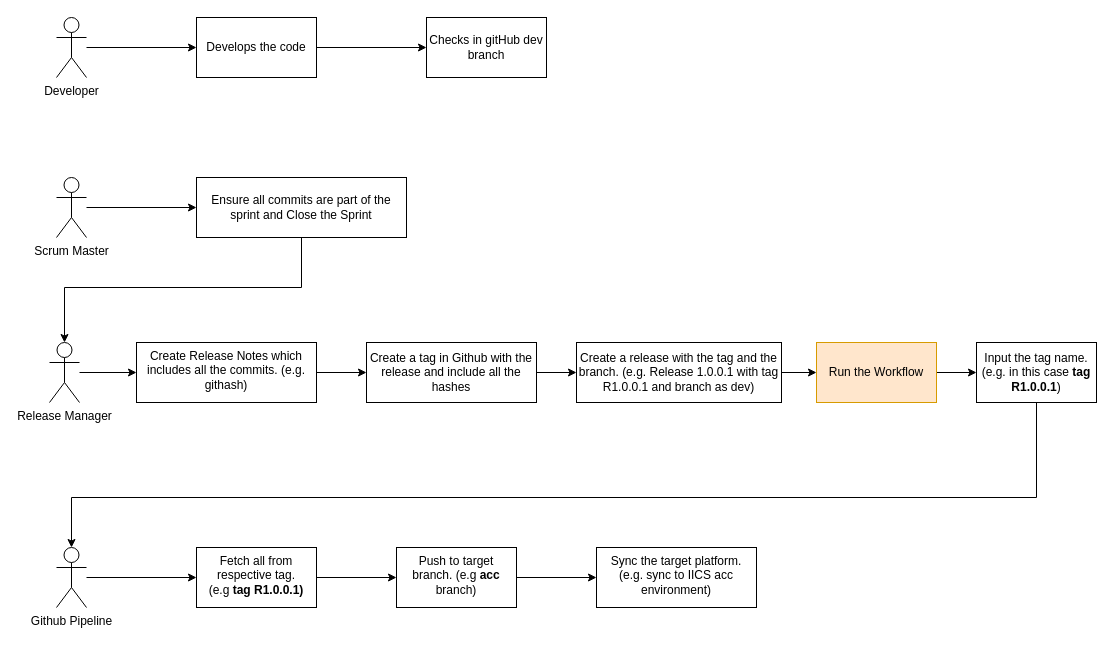
biswarup81/drawings keeps this draw.io diagram as page "CI-CD-Workflow" (25 of 25) of OT.drawio. Above is the earlier version. Source tidied: cells renumbered, new cells numbered last; positions are measured from the earlier drawing's top-left corner, leaving out a move shared by most shapes. Both pictures are drawn from the tidied source at 100%, with x=0, y=0 at pixel (49, 17).
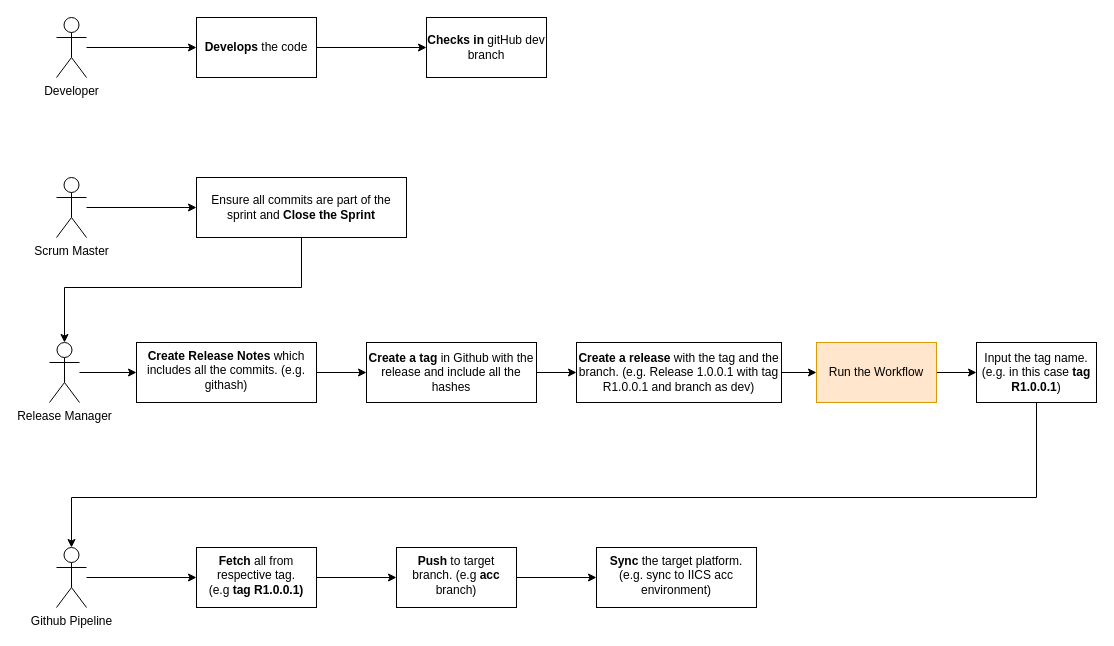
The same page after the edit.

Diff of the diagram source:
```diff
@@
-    <mxCell id="5" value="Develops the code" style="rounded=0;whiteSpace=wrap;html=1;" parent="1" vertex="1">
+    <mxCell id="5" value="&lt;b&gt;Develops &lt;/b&gt;the code" style="rounded=0;whiteSpace=wrap;html=1;" parent="1" vertex="1">
       <mxGeometry x="147" width="120" height="60" as="geometry" />
     </mxCell>
-    <mxCell id="6" value="Checks in gitHub dev branch" style="rounded=0;whiteSpace=wrap;html=1;" parent="1" vertex="1">
+    <mxCell id="6" value="&lt;b&gt;Checks in&lt;/b&gt; gitHub dev branch" style="rounded=0;whiteSpace=wrap;html=1;" parent="1" vertex="1">
       <mxGeometry x="377" width="120" height="60" as="geometry" />
     </mxCell>
@@
-    <mxCell id="9" value="Ensure all commits are part of the sprint and Close the Sprint" style="whiteSpace=wrap;html=1;verticalAlign=middle;" parent="1" vertex="1">
+    <mxCell id="9" value="Ensure all commits are part of the sprint and &lt;b&gt;Close the Sprint&lt;/b&gt;" style="whiteSpace=wrap;html=1;verticalAlign=middle;" parent="1" vertex="1">
       <mxGeometry x="147" y="160" width="210" height="60" as="geometry" />
     </mxCell>
@@
-    <mxCell id="13" value="Create a tag in Github with the release and include all the hashes" style="whiteSpace=wrap;html=1;" parent="1" vertex="1">
+    <mxCell id="13" value="&lt;b&gt;Create a tag&lt;/b&gt; in Github with the release and include all the hashes" style="whiteSpace=wrap;html=1;" parent="1" vertex="1">
       <mxGeometry x="317" y="325" width="170" height="60" as="geometry" />
     </mxCell>
@@
-    <mxCell id="19" value="Fetch all from respective tag. (e.g&amp;nbsp;&lt;b&gt;tag R1.0.0.1)&lt;/b&gt;" style="whiteSpace=wrap;html=1;verticalAlign=top;" parent="1" vertex="1">
+    <mxCell id="19" value="&lt;b&gt;Fetch &lt;/b&gt;all from respective tag. (e.g&amp;nbsp;&lt;b&gt;tag R1.0.0.1)&lt;/b&gt;" style="whiteSpace=wrap;html=1;verticalAlign=top;" parent="1" vertex="1">
       <mxGeometry x="147" y="530" width="120" height="60" as="geometry" />
     </mxCell>
@@
-    <mxCell id="21" value="Push to target branch. (e.g &lt;b&gt;acc &lt;/b&gt;branch)" style="whiteSpace=wrap;html=1;verticalAlign=top;" parent="1" vertex="1">
+    <mxCell id="21" value="&lt;b&gt;Push &lt;/b&gt;to target branch. (e.g &lt;b&gt;acc &lt;/b&gt;branch)" style="whiteSpace=wrap;html=1;verticalAlign=top;" parent="1" vertex="1">
       <mxGeometry x="347" y="530" width="120" height="60" as="geometry" />
     </mxCell>
@@
-    <mxCell id="25" value="Create Release Notes which includes all the commits. (e.g. githash)" style="whiteSpace=wrap;html=1;verticalAlign=top;" parent="1" vertex="1">
+    <mxCell id="25" value="&lt;b&gt;Create Release Notes&lt;/b&gt; which includes all the commits. (e.g. githash)" style="whiteSpace=wrap;html=1;verticalAlign=top;" parent="1" vertex="1">
       <mxGeometry x="87" y="325" width="180" height="60" as="geometry" />
     </mxCell>
@@
-    <mxCell id="27" value="Create a release with the tag and the branch. (e.g. Release 1.0.0.1 with tag R1.0.0.1 and branch as dev)" style="whiteSpace=wrap;html=1;" parent="1" vertex="1">
+    <mxCell id="27" value="&lt;b&gt;Create a release&lt;/b&gt; with the tag and the branch. (e.g. Release 1.0.0.1 with tag R1.0.0.1 and branch as dev)" style="whiteSpace=wrap;html=1;" parent="1" vertex="1">
       <mxGeometry x="527" y="325" width="205" height="60" as="geometry" />
     </mxCell>
-    <mxCell id="28" value="Sync the target platform. (e.g. sync to IICS acc environment)" style="whiteSpace=wrap;html=1;verticalAlign=top;" parent="1" vertex="1">
+    <mxCell id="28" value="&lt;b&gt;Sync &lt;/b&gt;the target platform. (e.g. sync to IICS acc environment)" style="whiteSpace=wrap;html=1;verticalAlign=top;" parent="1" vertex="1">
       <mxGeometry x="547" y="530" width="160" height="60" as="geometry" />
     </mxCell>
```
